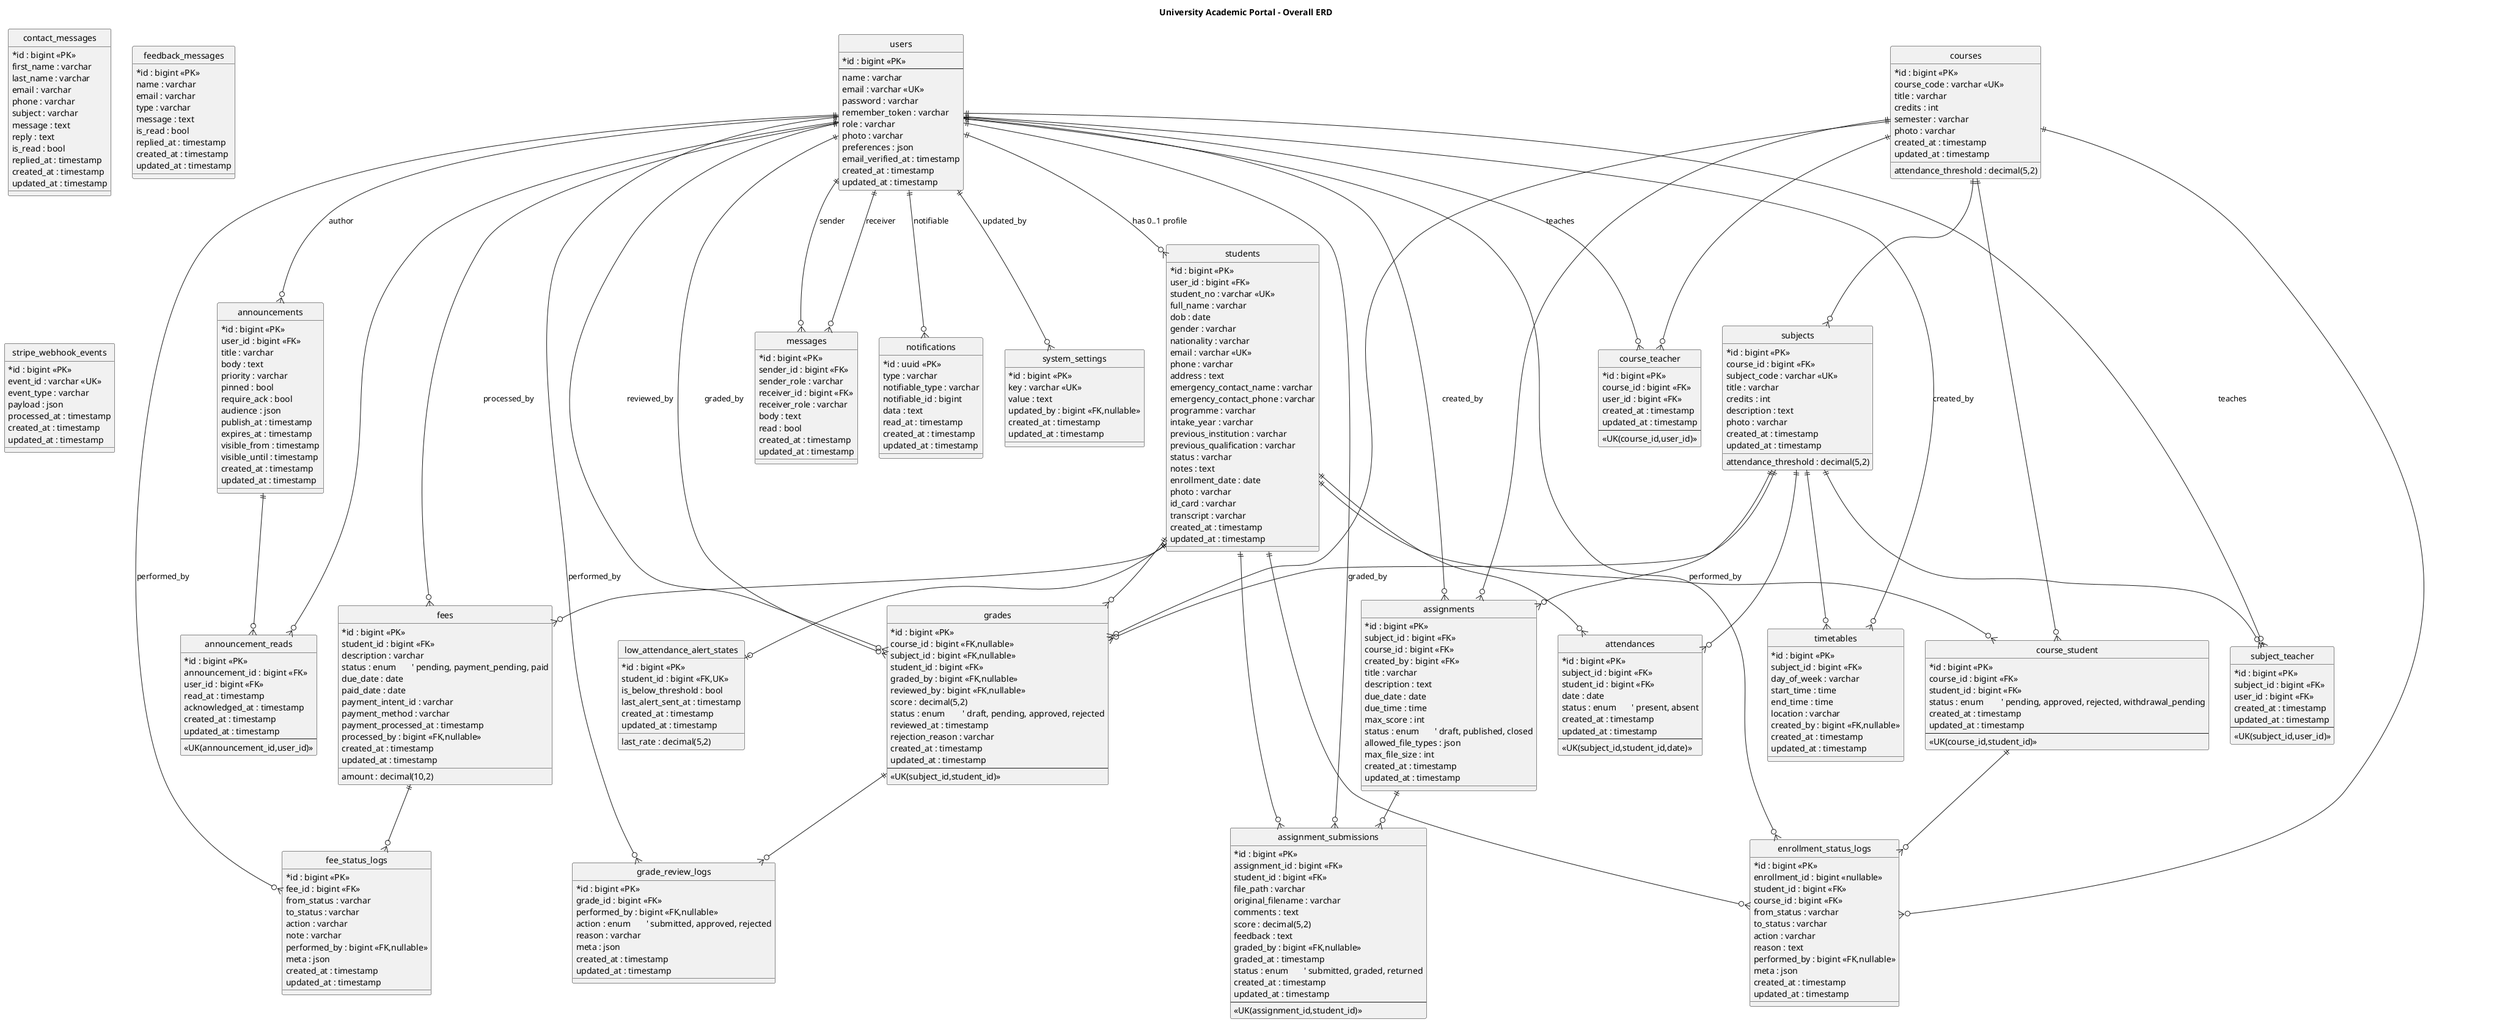
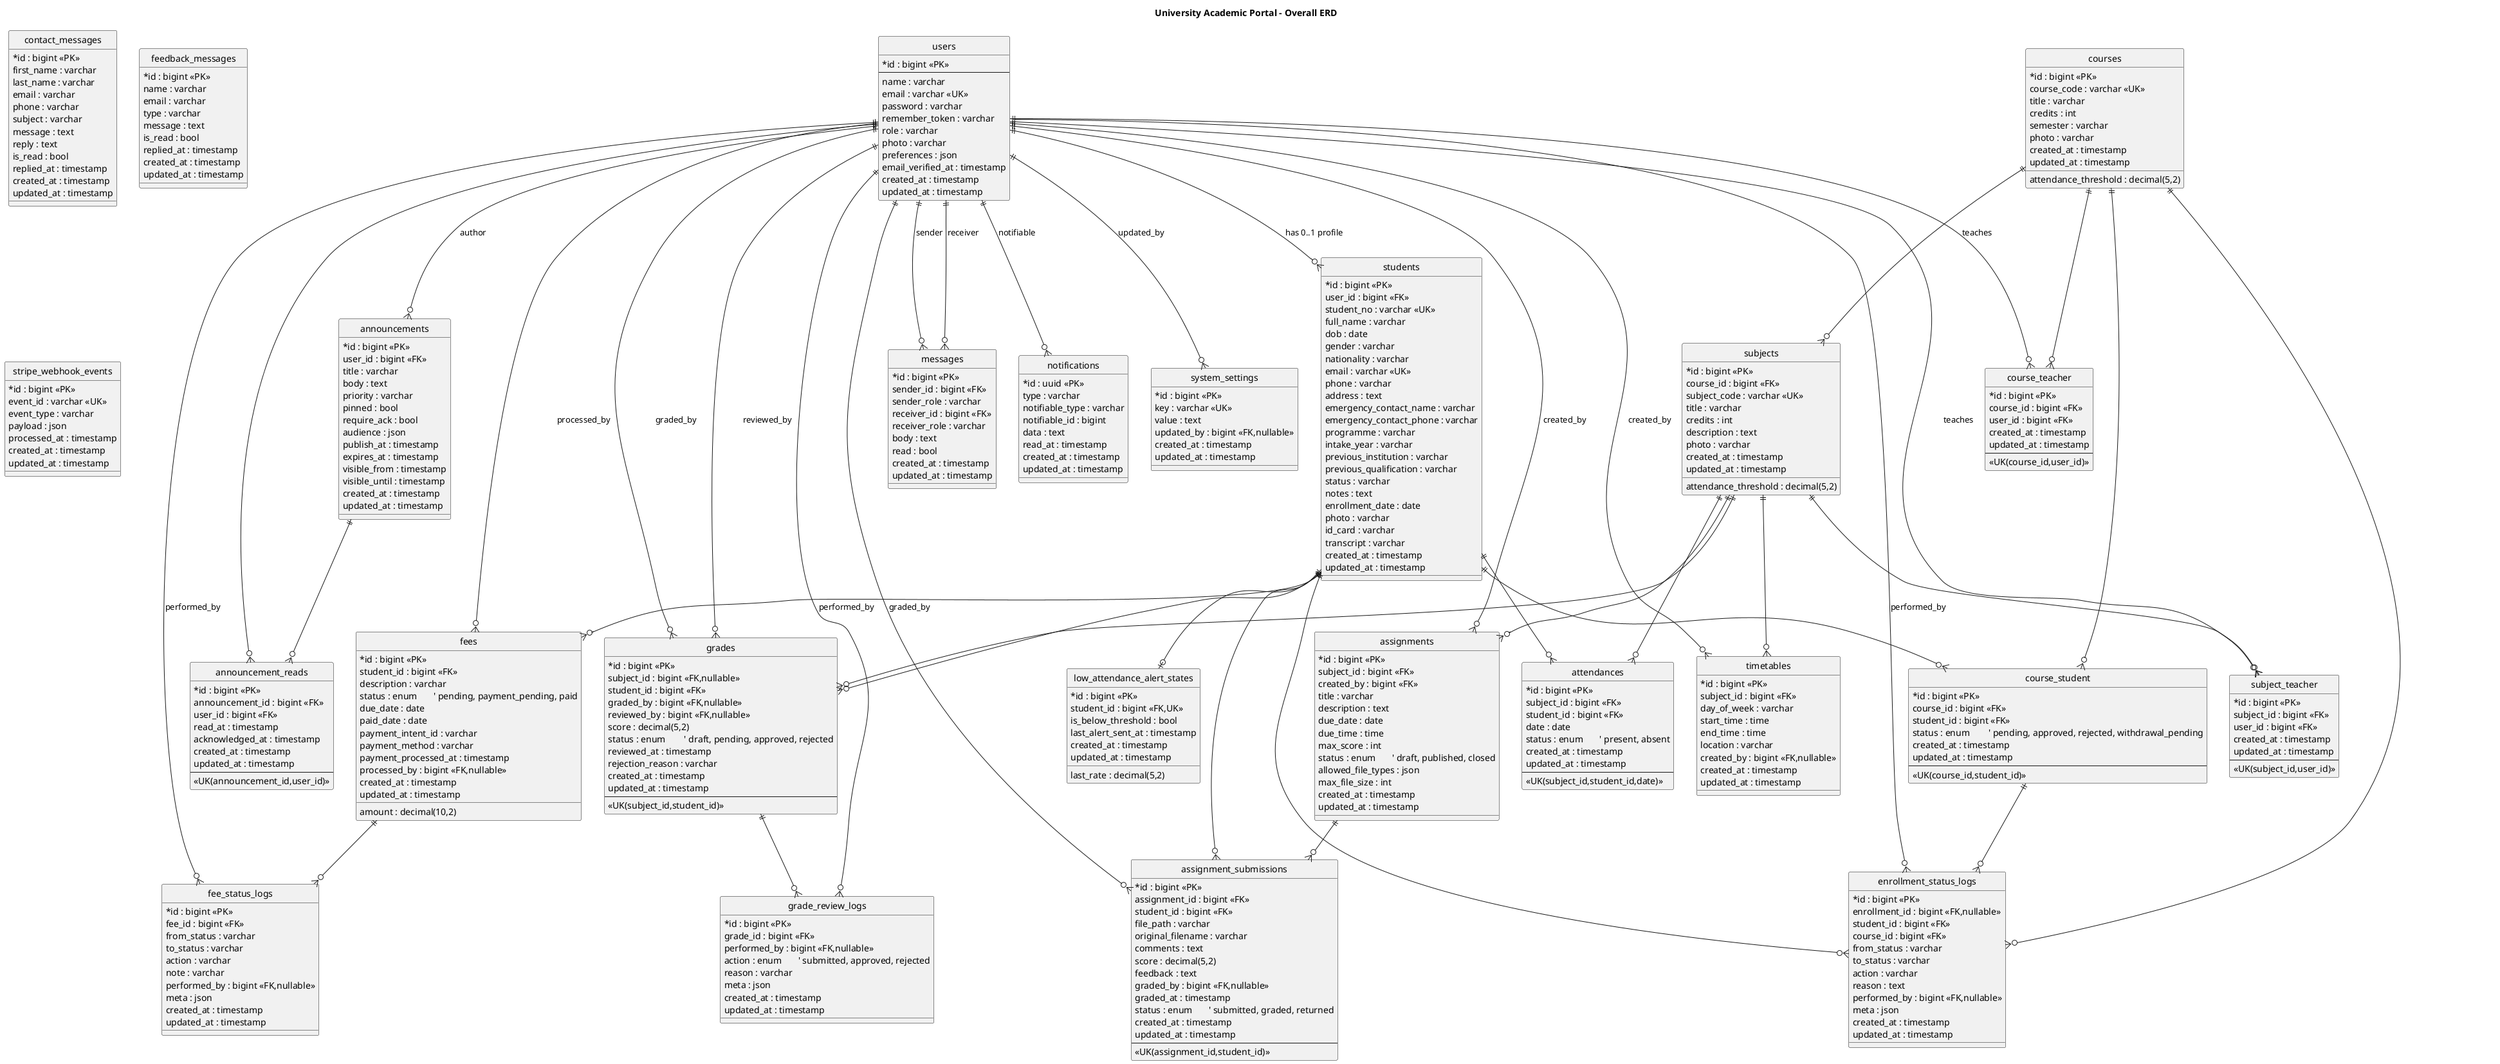
@startuml
hide circle
skinparam classAttributeIconSize 0
title University Academic Portal - Overall ERD

entity "users" as User {
  *id : bigint <<PK>>
  --
  name : varchar
  email : varchar <<UK>>
  password : varchar
  remember_token : varchar
  role : varchar
  photo : varchar
  preferences : json
  email_verified_at : timestamp
  created_at : timestamp
  updated_at : timestamp
}

entity "students" as Student {
  *id : bigint <<PK>>
  user_id : bigint <<FK>>
  student_no : varchar <<UK>>
  full_name : varchar
  dob : date
  gender : varchar
  nationality : varchar
  email : varchar <<UK>>
  phone : varchar
  address : text
  emergency_contact_name : varchar
  emergency_contact_phone : varchar
  programme : varchar
  intake_year : varchar
  previous_institution : varchar
  previous_qualification : varchar
  status : varchar
  notes : text
  enrollment_date : date
  photo : varchar
  id_card : varchar
  transcript : varchar
  created_at : timestamp
  updated_at : timestamp
}

entity "courses" as Course {
  *id : bigint <<PK>>
  course_code : varchar <<UK>>
  title : varchar
  credits : int
  semester : varchar
  attendance_threshold : decimal(5,2)
  photo : varchar
  created_at : timestamp
  updated_at : timestamp
}

entity "subjects" as Subject {
  *id : bigint <<PK>>
  course_id : bigint <<FK>>
  subject_code : varchar <<UK>>
  title : varchar
  credits : int
  description : text
  photo : varchar
  attendance_threshold : decimal(5,2)
  created_at : timestamp
  updated_at : timestamp
}

entity "course_student" as Enrollment {
  *id : bigint <<PK>>
  course_id : bigint <<FK>>
  student_id : bigint <<FK>>
  status : enum        ' pending, approved, rejected, withdrawal_pending
  created_at : timestamp
  updated_at : timestamp
  --
  <<UK(course_id,student_id)>>
}

entity "course_teacher" as CourseTeacher {
  *id : bigint <<PK>>
  course_id : bigint <<FK>>
  user_id : bigint <<FK>>
  created_at : timestamp
  updated_at : timestamp
  --
  <<UK(course_id,user_id)>>
}

entity "subject_teacher" as SubjectTeacher {
  *id : bigint <<PK>>
  subject_id : bigint <<FK>>
  user_id : bigint <<FK>>
  created_at : timestamp
  updated_at : timestamp
  --
  <<UK(subject_id,user_id)>>
}

entity "grades" as Grade {
  *id : bigint <<PK>>
-   course_id : bigint <<FK,nullable>>
  subject_id : bigint <<FK,nullable>>
  student_id : bigint <<FK>>
  graded_by : bigint <<FK,nullable>>
  reviewed_by : bigint <<FK,nullable>>
  score : decimal(5,2)
  status : enum        ' draft, pending, approved, rejected
  reviewed_at : timestamp
  rejection_reason : varchar
  created_at : timestamp
  updated_at : timestamp
  --
  <<UK(subject_id,student_id)>>
}

entity "grade_review_logs" as GradeLog {
  *id : bigint <<PK>>
  grade_id : bigint <<FK>>
  performed_by : bigint <<FK,nullable>>
  action : enum       ' submitted, approved, rejected
  reason : varchar
  meta : json
  created_at : timestamp
  updated_at : timestamp
}

entity "fees" as Fee {
  *id : bigint <<PK>>
  student_id : bigint <<FK>>
  amount : decimal(10,2)
  description : varchar
  status : enum       ' pending, payment_pending, paid
  due_date : date
  paid_date : date
  payment_intent_id : varchar
  payment_method : varchar
  payment_processed_at : timestamp
  processed_by : bigint <<FK,nullable>>
  created_at : timestamp
  updated_at : timestamp
}

entity "assignments" as Assignment {
  *id : bigint <<PK>>
  subject_id : bigint <<FK>>
-   course_id : bigint <<FK>>
  created_by : bigint <<FK>>
  title : varchar
  description : text
  due_date : date
  due_time : time
  max_score : int
  status : enum       ' draft, published, closed
  allowed_file_types : json
  max_file_size : int
  created_at : timestamp
  updated_at : timestamp
}

entity "assignment_submissions" as Submission {
  *id : bigint <<PK>>
  assignment_id : bigint <<FK>>
  student_id : bigint <<FK>>
  file_path : varchar
  original_filename : varchar
  comments : text
  score : decimal(5,2)
  feedback : text
  graded_by : bigint <<FK,nullable>>
  graded_at : timestamp
  status : enum       ' submitted, graded, returned
  created_at : timestamp
  updated_at : timestamp
  --
  <<UK(assignment_id,student_id)>>
}

entity "timetables" as Timetable {
  *id : bigint <<PK>>
  subject_id : bigint <<FK>>
  day_of_week : varchar
  start_time : time
  end_time : time
  location : varchar
  created_by : bigint <<FK,nullable>>
  created_at : timestamp
  updated_at : timestamp
}

entity "attendances" as Attendance {
  *id : bigint <<PK>>
  subject_id : bigint <<FK>>
  student_id : bigint <<FK>>
  date : date
  status : enum       ' present, absent
  created_at : timestamp
  updated_at : timestamp
  --
  <<UK(subject_id,student_id,date)>>
}

entity "low_attendance_alert_states" as LowAlert {
  *id : bigint <<PK>>
  student_id : bigint <<FK,UK>>
  last_rate : decimal(5,2)
  is_below_threshold : bool
  last_alert_sent_at : timestamp
  created_at : timestamp
  updated_at : timestamp
}

entity "announcements" as Announcement {
  *id : bigint <<PK>>
  user_id : bigint <<FK>>
  title : varchar
  body : text
  priority : varchar
  pinned : bool
  require_ack : bool
  audience : json
  publish_at : timestamp
  expires_at : timestamp
  visible_from : timestamp
  visible_until : timestamp
  created_at : timestamp
  updated_at : timestamp
}

entity "announcement_reads" as AnnouncementRead {
  *id : bigint <<PK>>
  announcement_id : bigint <<FK>>
  user_id : bigint <<FK>>
  read_at : timestamp
  acknowledged_at : timestamp
  created_at : timestamp
  updated_at : timestamp
  --
  <<UK(announcement_id,user_id)>>
}

entity "messages" as Message {
  *id : bigint <<PK>>
  sender_id : bigint <<FK>>
  sender_role : varchar
  receiver_id : bigint <<FK>>
  receiver_role : varchar
  body : text
  read : bool
  created_at : timestamp
  updated_at : timestamp
}

entity "notifications" as Notification {
  *id : uuid <<PK>>
  type : varchar
  notifiable_type : varchar
  notifiable_id : bigint
  data : text
  read_at : timestamp
  created_at : timestamp
  updated_at : timestamp
}

entity "contact_messages" as ContactMessage {
  *id : bigint <<PK>>
  first_name : varchar
  last_name : varchar
  email : varchar
  phone : varchar
  subject : varchar
  message : text
  reply : text
  is_read : bool
  replied_at : timestamp
  created_at : timestamp
  updated_at : timestamp
}

entity "feedback_messages" as FeedbackMessage {
  *id : bigint <<PK>>
  name : varchar
  email : varchar
  type : varchar
  message : text
  is_read : bool
  replied_at : timestamp
  created_at : timestamp
  updated_at : timestamp
}

entity "stripe_webhook_events" as StripeWebhookEvent {
  *id : bigint <<PK>>
  event_id : varchar <<UK>>
  event_type : varchar
  payload : json
  processed_at : timestamp
  created_at : timestamp
  updated_at : timestamp
}

entity "system_settings" as SystemSetting {
  *id : bigint <<PK>>
  key : varchar <<UK>>
  value : text
  updated_by : bigint <<FK,nullable>>
  created_at : timestamp
  updated_at : timestamp
}

entity "enrollment_status_logs" as EnrollmentStatusLog {
  *id : bigint <<PK>>
-   enrollment_id : bigint <<nullable>>
+   enrollment_id : bigint <<FK,nullable>>
  student_id : bigint <<FK>>
  course_id : bigint <<FK>>
  from_status : varchar
  to_status : varchar
  action : varchar
  reason : text
  performed_by : bigint <<FK,nullable>>
  meta : json
  created_at : timestamp
  updated_at : timestamp
}

entity "fee_status_logs" as FeeStatusLog {
  *id : bigint <<PK>>
  fee_id : bigint <<FK>>
  from_status : varchar
  to_status : varchar
  action : varchar
  note : varchar
  performed_by : bigint <<FK,nullable>>
  meta : json
  created_at : timestamp
  updated_at : timestamp
}

'----------------------------------------------------
' Relationships
'----------------------------------------------------

User ||--o{ Student : has 0..1 profile

Course ||--o{ Subject
Course ||--o{ Enrollment
Student ||--o{ Enrollment

Course ||--o{ CourseTeacher
User   ||--o{ CourseTeacher : teaches

Subject ||--o{ SubjectTeacher
User    ||--o{ SubjectTeacher : teaches

Subject ||--o{ Grade
- Course  ||--o{ Grade
Student ||--o{ Grade
User    ||--o{ Grade : graded_by
User    ||--o{ Grade : reviewed_by
Grade   ||--o{ GradeLog
User    ||--o{ GradeLog : performed_by

Student ||--o{ Fee
User    ||--o{ Fee : processed_by

Subject ||--o{ Assignment
- Course  ||--o{ Assignment
User    ||--o{ Assignment : created_by
Assignment ||--o{ Submission
Student    ||--o{ Submission
User       ||--o{ Submission : graded_by

Subject ||--o{ Timetable
User    ||--o{ Timetable : created_by

Subject ||--o{ Attendance
Student ||--o{ Attendance
Student ||--o| LowAlert

User ||--o{ Announcement : author
Announcement ||--o{ AnnouncementRead
User ||--o{ AnnouncementRead

User ||--o{ Message : sender
User ||--o{ Message : receiver

User ||--o{ Notification : notifiable

User ||--o{ SystemSetting : updated_by

Enrollment ||--o{ EnrollmentStatusLog
Student ||--o{ EnrollmentStatusLog
Course ||--o{ EnrollmentStatusLog
User ||--o{ EnrollmentStatusLog : performed_by

Fee ||--o{ FeeStatusLog
User ||--o{ FeeStatusLog : performed_by

@enduml
